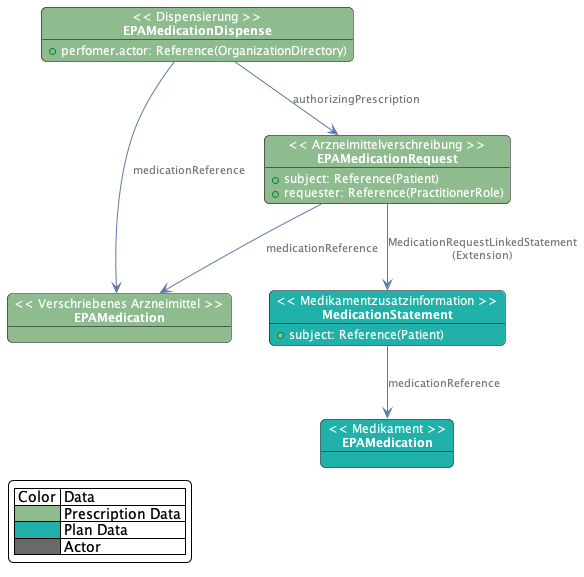
Above: images/plantuml/medication.fhir.link.prescription.model.png in gematik/ePA-Medication (PlantUML), before the change.
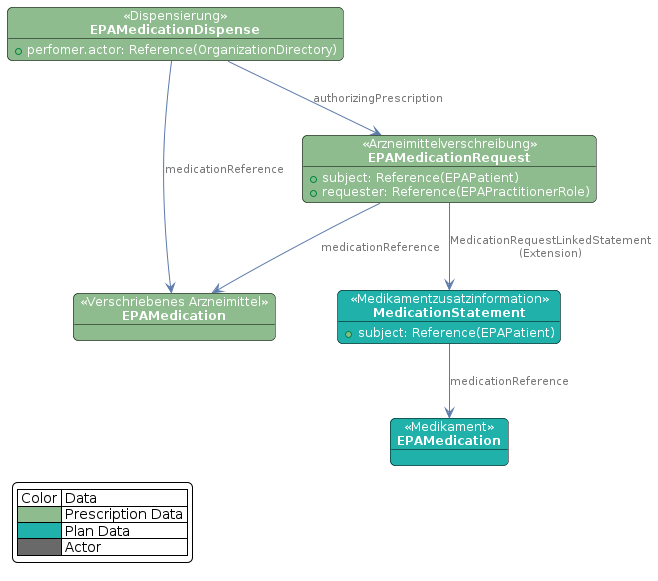
Above is the later version.

Diff of the diagram source:
```diff
@@ -15,13 +15,13 @@
 skinparam LegendBackgroundColor White
 
 object "<< Medikamentzusatzinformation >>\n**MedicationStatement**" as MedicationStatement #LightSeaGreen  {
-    + subject: Reference(Patient)
+    + subject: Reference(EPAPatient)
 }
 object "<< Medikament >>\n**EPAMedication**" as PlanMedication #LightSeaGreen
 object "<< Verschriebenes Arzneimittel >>\n**EPAMedication**" as Medication #DarkSeaGreen
 object "<< Arzneimittelverschreibung >>\n**EPAMedicationRequest**" as MedicationRequest #DarkSeaGreen {
-    + subject: Reference(Patient)
-    + requester: Reference(PractitionerRole)
+    + subject: Reference(EPAPatient)
+    + requester: Reference(EPAPractitionerRole)
 }
 object "<< Dispensierung >>\n**EPAMedicationDispense**" as MedicationDispense #DarkSeaGreen {
     + perfomer.actor: Reference(OrganizationDirectory)
```
